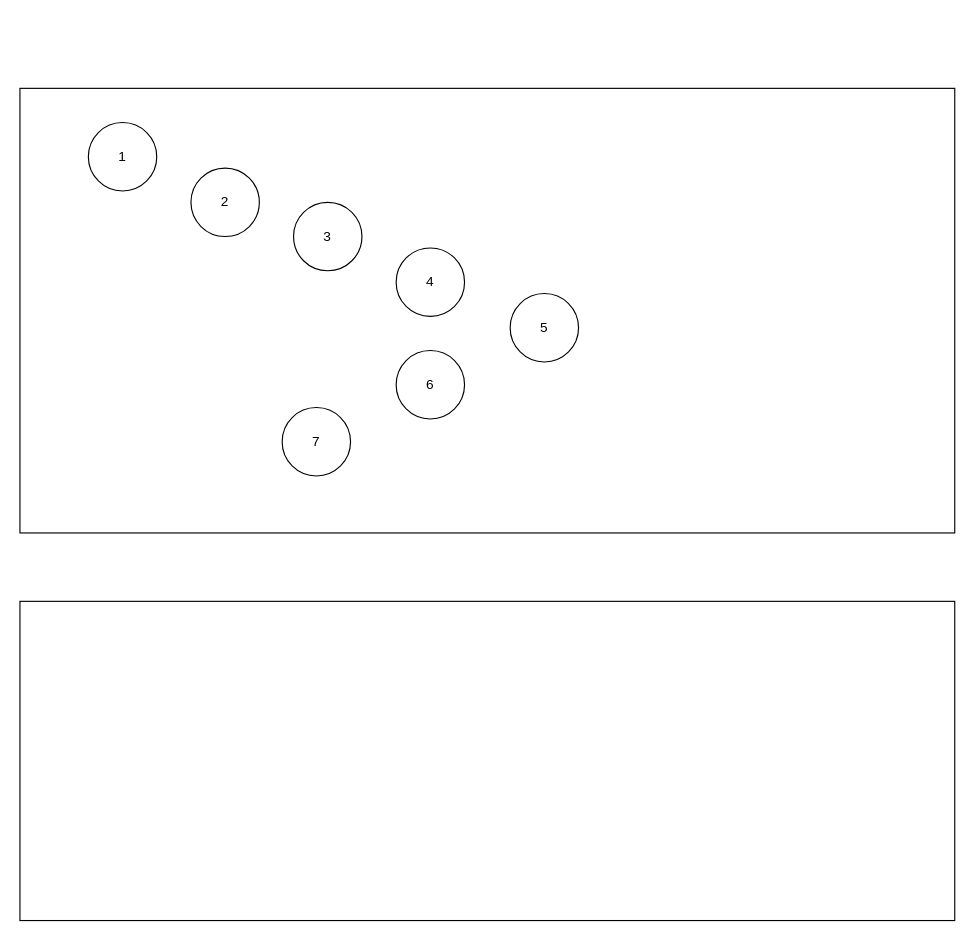
Above: page "Index" (1 of 2) of Untitled Diagram.drawio in BarionTech/bariontech.github.io (draw.io), before the change. Source tidied: cells renumbered, new cells numbered last; positions are measured from the earlier drawing's top-left corner, leaving out a move shared by most shapes. Both pictures are drawn from the tidied source at 114%, with x=0, y=0 at pixel (19, 88).
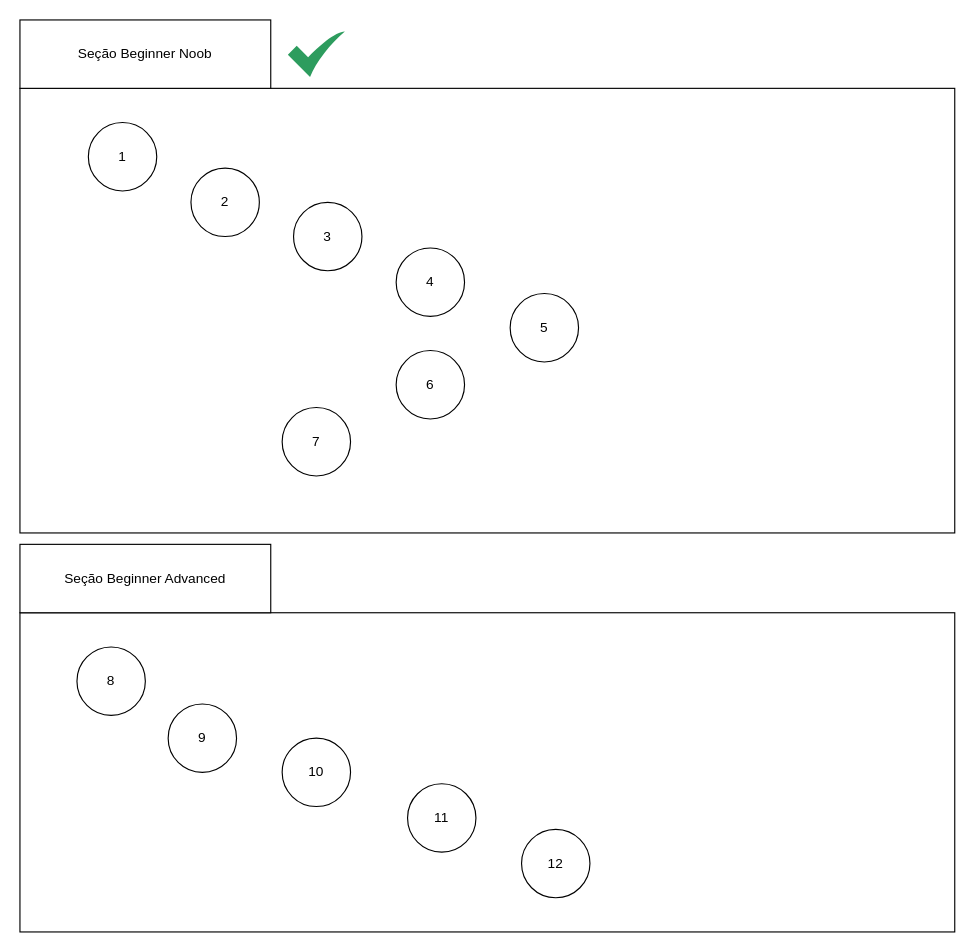
The same page after the edit.

Change to the diagram source:
```diff
@@
 <mxGraphModel>
   <root>
     <mxCell id="0" />
     <mxCell id="1" parent="0" />
     <mxCell id="2" style="rounded=0;whiteSpace=wrap;html=1;" parent="1" vertex="1">
       <mxGeometry width="820" height="390" as="geometry" />
     </mxCell>
     <mxCell id="3" style="rounded=0;whiteSpace=wrap;html=1;" parent="1" vertex="1">
-      <mxGeometry y="450" width="820" height="280" as="geometry" />
+      <mxGeometry y="460" width="820" height="280" as="geometry" />
     </mxCell>
     <mxCell id="4" value="1" style="ellipse;whiteSpace=wrap;html=1;" parent="1" vertex="1">
       <mxGeometry x="60" y="30" width="60" height="60" as="geometry" />
     </mxCell>
     <mxCell id="5" value="2" style="ellipse;whiteSpace=wrap;html=1;" parent="1" vertex="1">
       <mxGeometry x="150" y="70" width="60" height="60" as="geometry" />
     </mxCell>
     <mxCell id="6" value="3" style="ellipse;whiteSpace=wrap;html=1;" parent="1" vertex="1">
       <mxGeometry x="240" y="100" width="60" height="60" as="geometry" />
     </mxCell>
     <mxCell id="7" value="4" style="ellipse;whiteSpace=wrap;html=1;" parent="1" vertex="1">
       <mxGeometry x="330" y="140" width="60" height="60" as="geometry" />
     </mxCell>
     <mxCell id="8" value="5" style="ellipse;whiteSpace=wrap;html=1;" parent="1" vertex="1">
       <mxGeometry x="430" y="180" width="60" height="60" as="geometry" />
     </mxCell>
     <mxCell id="9" value="6" style="ellipse;whiteSpace=wrap;html=1;" parent="1" vertex="1">
       <mxGeometry x="330" y="230" width="60" height="60" as="geometry" />
     </mxCell>
     <mxCell id="10" value="7" style="ellipse;whiteSpace=wrap;html=1;" parent="1" vertex="1">
       <mxGeometry x="230" y="280" width="60" height="60" as="geometry" />
     </mxCell>
+    <mxCell id="11" value="Seção Beginner Noob" style="rounded=0;whiteSpace=wrap;html=1;" parent="1" vertex="1">
+      <mxGeometry y="-60" width="220" height="60" as="geometry" />
+    </mxCell>
+    <mxCell id="12" value="Seção Beginner Advanced" style="rounded=0;whiteSpace=wrap;html=1;" parent="1" vertex="1">
+      <mxGeometry y="400" width="220" height="60" as="geometry" />
+    </mxCell>
+    <mxCell id="13" value="8" style="ellipse;whiteSpace=wrap;html=1;" parent="1" vertex="1">
+      <mxGeometry x="50" y="490" width="60" height="60" as="geometry" />
+    </mxCell>
+    <mxCell id="14" value="9" style="ellipse;whiteSpace=wrap;html=1;" parent="1" vertex="1">
+      <mxGeometry x="130" y="540" width="60" height="60" as="geometry" />
+    </mxCell>
+    <mxCell id="15" value="10" style="ellipse;whiteSpace=wrap;html=1;" parent="1" vertex="1">
+      <mxGeometry x="230" y="570" width="60" height="60" as="geometry" />
+    </mxCell>
+    <mxCell id="16" value="11" style="ellipse;whiteSpace=wrap;html=1;" parent="1" vertex="1">
+      <mxGeometry x="340" y="610" width="60" height="60" as="geometry" />
+    </mxCell>
+    <mxCell id="17" value="12" style="ellipse;whiteSpace=wrap;html=1;" parent="1" vertex="1">
+      <mxGeometry x="440" y="650" width="60" height="60" as="geometry" />
+    </mxCell>
+    <mxCell id="18" style="sketch=0;html=1;strokeColor=none;shadow=0;align=center;fillColor=#2D9C5E;verticalAlign=top;labelPosition=center;verticalLabelPosition=bottom;shape=mxgraph.gcp2.check;" parent="1" vertex="1">
+      <mxGeometry x="235" y="-50" width="50" height="40" as="geometry" />
+    </mxCell>
   </root>
 </mxGraphModel>
```
